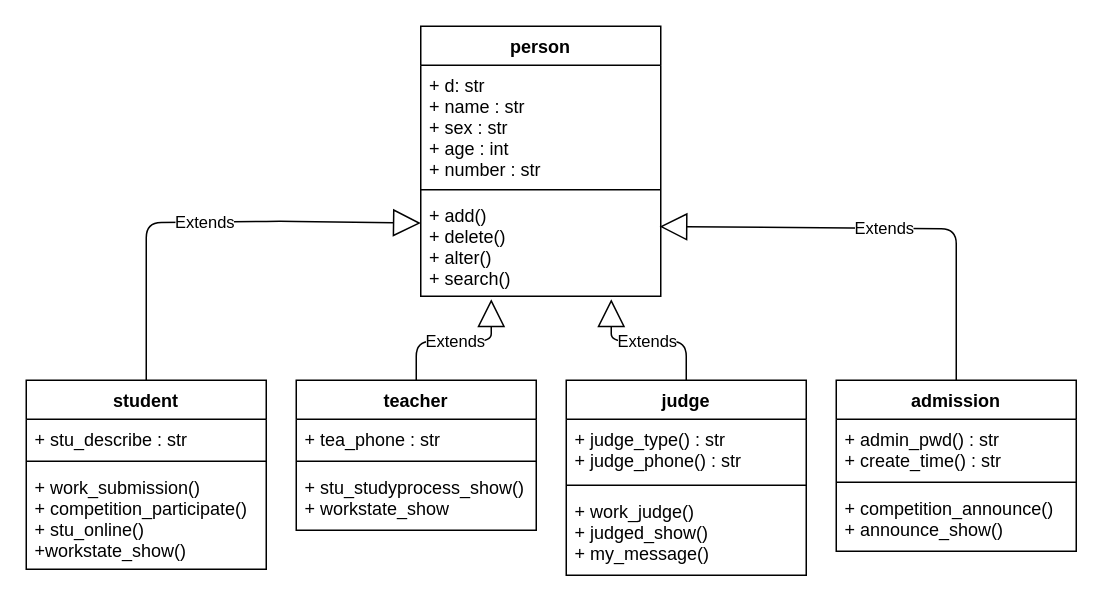
real-hada/competition keeps this draw.io diagram as 1.drawio. Above is the earlier version. Source tidied: cells renumbered, new cells numbered last; positions are measured from the earlier drawing's top-left corner, leaving out a move shared by most shapes. Both pictures are drawn from the tidied source at 150%, with x=0, y=0 at pixel (26, 26).
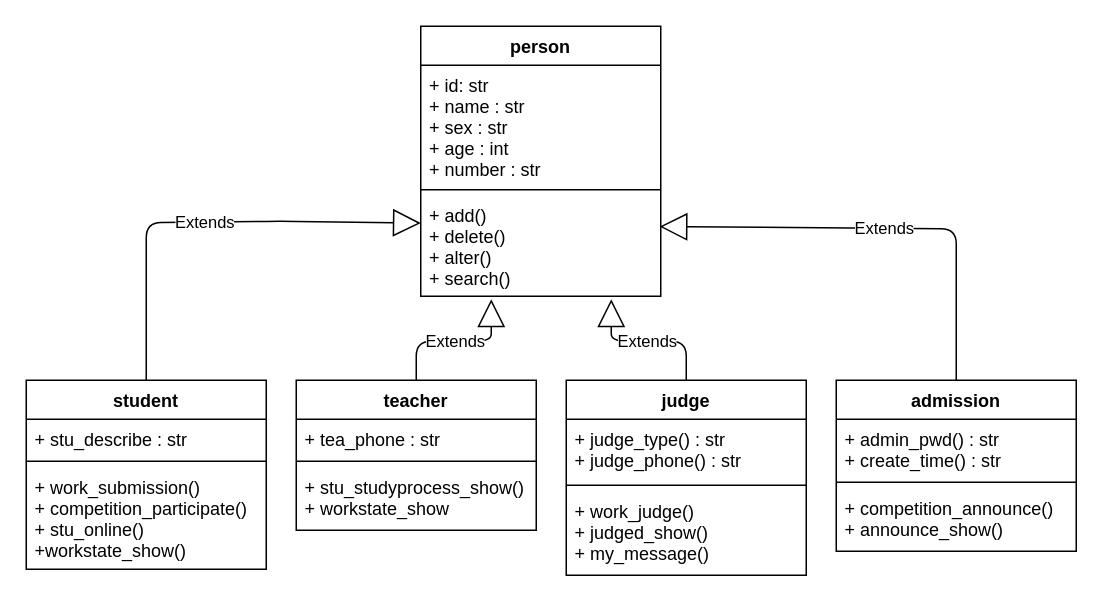
Above is the later version.

The change refers to these unchanged cells:
```xml
<mxCell id="10" value="person" style="swimlane;fontStyle=1;align=center;verticalAlign=top;horizontal=1;startSize=26;" parent="1" vertex="1">
  <mxGeometry x="263" width="160" height="180" as="geometry" />
</mxCell>
```

Diff of the diagram source:
```diff
@@
-    <mxCell id="11" value="+ d: str&#10;+ name : str&#10;+ sex : str&#10;+ age : int&#10;+ number : str&#10;" style="text;strokeColor=none;fillColor=none;align=left;verticalAlign=top;spacingLeft=4;spacingRight=4;overflow=hidden;" parent="10" vertex="1">
+    <mxCell id="11" value="+ id: str&#10;+ name : str&#10;+ sex : str&#10;+ age : int&#10;+ number : str&#10;" style="text;strokeColor=none;fillColor=none;align=left;verticalAlign=top;spacingLeft=4;spacingRight=4;overflow=hidden;" parent="10" vertex="1">
       <mxGeometry y="26" width="160" height="79" as="geometry" />
     </mxCell>
```
